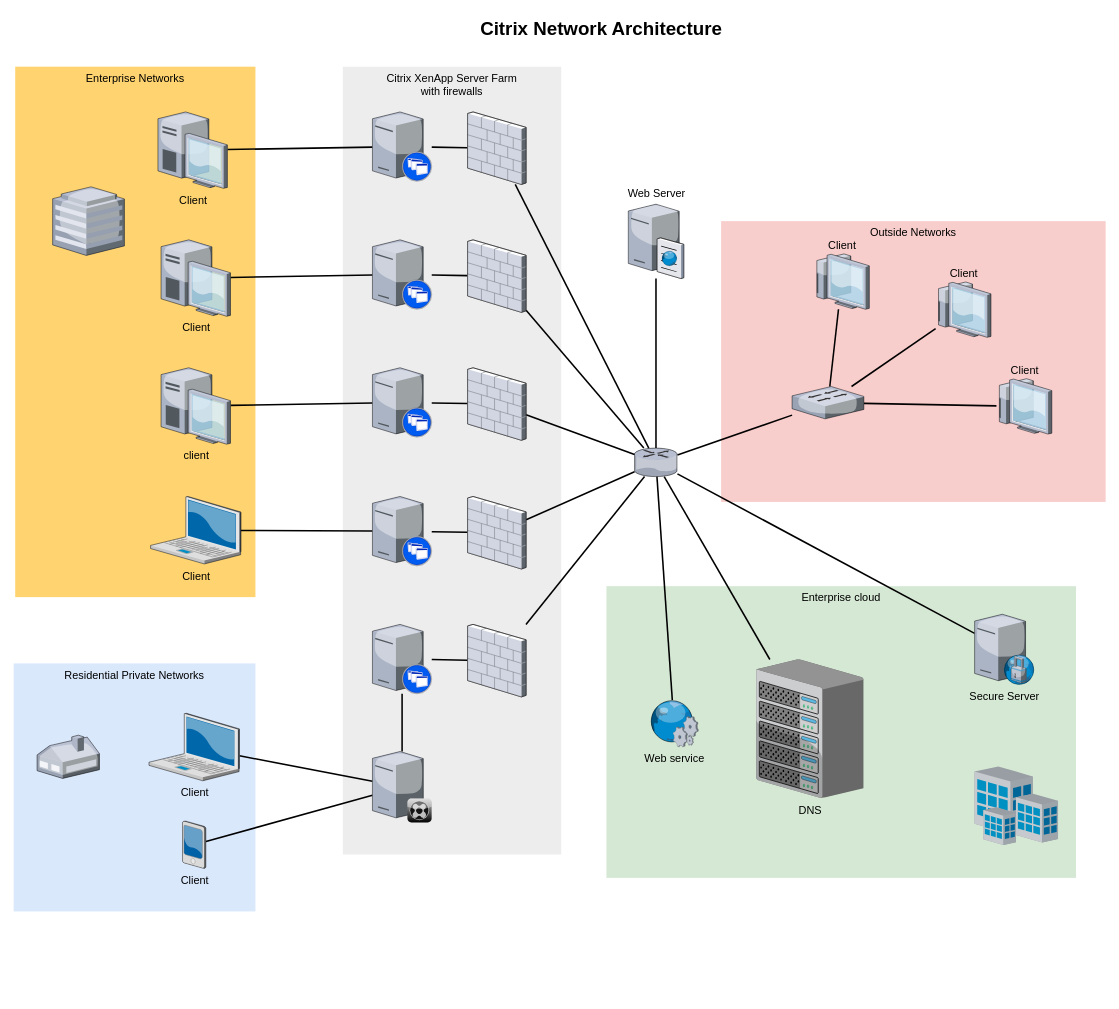
The draw.io diagram examples/Untitled Diagram.drawio in ggunmo/vue3-examples, before the edit. Source tidied: cells renumbered, new cells numbered last; positions are measured from the earlier drawing's top-left corner, leaving out a move shared by most shapes. Both pictures are drawn from the tidied source at 78%, with x=0, y=0 at pixel (13, 13).
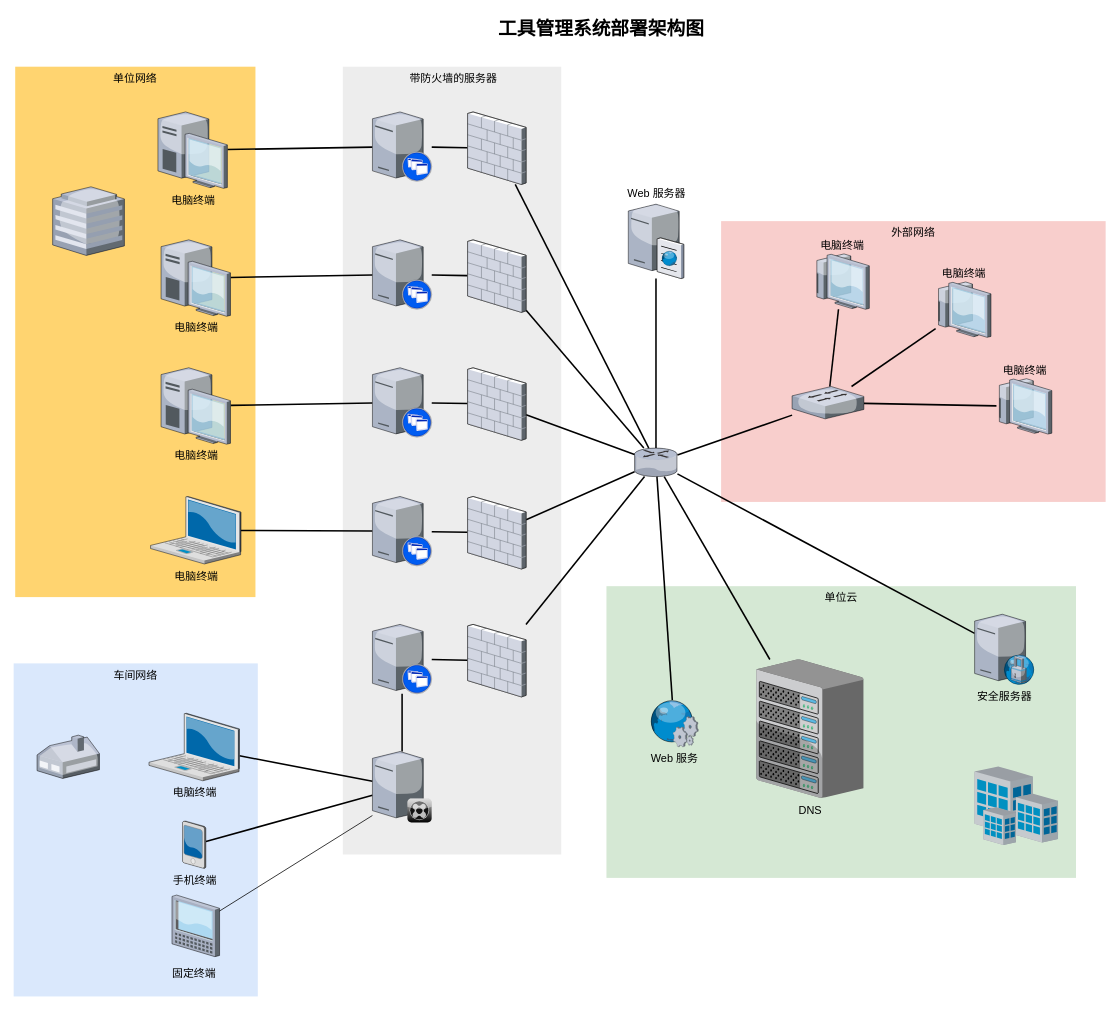
Above is the later version.

The edit, as a diff of the source:
```diff
@@
-    <mxCell id="2" value="Outside Networks" style="whiteSpace=wrap;html=1;fillColor=#f8cecc;fontSize=14;strokeColor=none;verticalAlign=top;" parent="1" vertex="1">
+    <mxCell id="2" value="外部网络" style="whiteSpace=wrap;html=1;fillColor=#f8cecc;fontSize=14;strokeColor=none;verticalAlign=top;" parent="1" vertex="1">
       <mxGeometry x="907" y="266" width="493" height="360" as="geometry" />
     </mxCell>
-    <mxCell id="3" value="Enterprise cloud" style="whiteSpace=wrap;html=1;fillColor=#d5e8d4;fontSize=14;strokeColor=none;verticalAlign=top;" parent="1" vertex="1">
+    <mxCell id="3" value="单位云" style="whiteSpace=wrap;html=1;fillColor=#d5e8d4;fontSize=14;strokeColor=none;verticalAlign=top;" parent="1" vertex="1">
       <mxGeometry x="760" y="734" width="602" height="374" as="geometry" />
     </mxCell>
-    <mxCell id="4" value="Citrix XenApp Server Farm&lt;div&gt;with firewalls&lt;/div&gt;" style="whiteSpace=wrap;html=1;fillColor=#EDEDED;fontSize=14;strokeColor=none;verticalAlign=top;" parent="1" vertex="1">
+    <mxCell id="4" value="&amp;nbsp;带防火墙的服务器" style="whiteSpace=wrap;html=1;fillColor=#EDEDED;fontSize=14;strokeColor=none;verticalAlign=top;" parent="1" vertex="1">
       <mxGeometry x="422" y="68" width="280" height="1010" as="geometry" />
     </mxCell>
-    <mxCell id="5" value="Residential Private Networks" style="whiteSpace=wrap;html=1;fillColor=#dae8fc;fontSize=14;strokeColor=none;verticalAlign=top;" parent="1" vertex="1">
-      <mxGeometry y="833" width="310" height="318" as="geometry" />
+    <mxCell id="5" value="车间网络" style="whiteSpace=wrap;html=1;fillColor=#dae8fc;fontSize=14;strokeColor=none;verticalAlign=top;" parent="1" vertex="1">
+      <mxGeometry y="833" width="313" height="427" as="geometry" />
     </mxCell>
-    <mxCell id="6" value="Enterprise Networks" style="whiteSpace=wrap;html=1;fillColor=#FFD470;gradientColor=none;fontSize=14;strokeColor=none;verticalAlign=top;" parent="1" vertex="1">
+    <mxCell id="6" value="单位网络" style="whiteSpace=wrap;html=1;fillColor=#FFD470;gradientColor=none;fontSize=14;strokeColor=none;verticalAlign=top;" parent="1" vertex="1">
       <mxGeometry x="2" y="68" width="308" height="680" as="geometry" />
     </mxCell>
@@
-    <mxCell id="8" value="Client" style="verticalLabelPosition=bottom;html=1;verticalAlign=top;strokeColor=none;shape=mxgraph.citrix.laptop_2;fillColor=#66B2FF;gradientColor=#0066CC;fontSize=14;" parent="1" vertex="1">
+    <mxCell id="8" value="电脑终端" style="verticalLabelPosition=bottom;html=1;verticalAlign=top;strokeColor=none;shape=mxgraph.citrix.laptop_2;fillColor=#66B2FF;gradientColor=#0066CC;fontSize=14;" parent="1" vertex="1">
       <mxGeometry x="173.5" y="897" width="116" height="86.5" as="geometry" />
     </mxCell>
@@
-    <mxCell id="10" value="Client" style="verticalLabelPosition=bottom;html=1;verticalAlign=top;strokeColor=none;shape=mxgraph.citrix.laptop_2;fillColor=#66B2FF;gradientColor=#0066CC;fontSize=14;" parent="1" vertex="1">
+    <mxCell id="10" value="电脑终端" style="verticalLabelPosition=bottom;html=1;verticalAlign=top;strokeColor=none;shape=mxgraph.citrix.laptop_2;fillColor=#66B2FF;gradientColor=#0066CC;fontSize=14;" parent="1" vertex="1">
       <mxGeometry x="175.5" y="619" width="116" height="86.5" as="geometry" />
     </mxCell>
@@
-    <mxCell id="12" value="client" style="verticalLabelPosition=bottom;html=1;verticalAlign=top;strokeColor=none;shape=mxgraph.citrix.desktop;fillColor=#66B2FF;gradientColor=#0066CC;fontSize=14;" parent="1" vertex="1">
+    <mxCell id="12" value="电脑终端" style="verticalLabelPosition=bottom;html=1;verticalAlign=top;strokeColor=none;shape=mxgraph.citrix.desktop;fillColor=#66B2FF;gradientColor=#0066CC;fontSize=14;" parent="1" vertex="1">
       <mxGeometry x="189" y="454" width="89" height="98" as="geometry" />
     </mxCell>
@@
-    <mxCell id="14" value="Client" style="verticalLabelPosition=bottom;html=1;verticalAlign=top;strokeColor=none;shape=mxgraph.citrix.desktop;fillColor=#66B2FF;gradientColor=#0066CC;fontSize=14;" parent="1" vertex="1">
+    <mxCell id="14" value="电脑终端" style="verticalLabelPosition=bottom;html=1;verticalAlign=top;strokeColor=none;shape=mxgraph.citrix.desktop;fillColor=#66B2FF;gradientColor=#0066CC;fontSize=14;" parent="1" vertex="1">
       <mxGeometry x="189" y="290" width="89" height="98" as="geometry" />
     </mxCell>
@@
-    <mxCell id="16" value="Client" style="verticalLabelPosition=bottom;html=1;verticalAlign=top;strokeColor=none;shape=mxgraph.citrix.desktop;fillColor=#66B2FF;gradientColor=#0066CC;fontSize=14;" parent="1" vertex="1">
+    <mxCell id="16" value="电脑终端" style="verticalLabelPosition=bottom;html=1;verticalAlign=top;strokeColor=none;shape=mxgraph.citrix.desktop;fillColor=#66B2FF;gradientColor=#0066CC;fontSize=14;" parent="1" vertex="1">
       <mxGeometry x="185" y="126" width="89" height="98" as="geometry" />
     </mxCell>
@@
-    <mxCell id="18" value="Client" style="verticalLabelPosition=bottom;html=1;verticalAlign=top;strokeColor=none;shape=mxgraph.citrix.pda;fillColor=#66B2FF;gradientColor=#0066CC;fontSize=14;" parent="1" vertex="1">
+    <mxCell id="18" value="手机终端" style="verticalLabelPosition=bottom;html=1;verticalAlign=top;strokeColor=none;shape=mxgraph.citrix.pda;fillColor=#66B2FF;gradientColor=#0066CC;fontSize=14;" parent="1" vertex="1">
       <mxGeometry x="216.5" y="1035" width="30" height="61" as="geometry" />
     </mxCell>
@@
-    <mxCell id="36" value="Web Server" style="verticalLabelPosition=top;html=1;verticalAlign=bottom;strokeColor=none;shape=mxgraph.citrix.cache_server;fillColor=#66B2FF;gradientColor=#0066CC;fontSize=14;labelPosition=center;align=center;" parent="1" vertex="1">
+    <mxCell id="36" value="Web 服务器" style="verticalLabelPosition=top;html=1;verticalAlign=bottom;strokeColor=none;shape=mxgraph.citrix.cache_server;fillColor=#66B2FF;gradientColor=#0066CC;fontSize=14;labelPosition=center;align=center;" parent="1" vertex="1">
       <mxGeometry x="788" y="242" width="71" height="97.5" as="geometry" />
     </mxCell>
@@
-    <mxCell id="50" value="Secure Server" style="verticalLabelPosition=bottom;html=1;verticalAlign=top;strokeColor=none;shape=mxgraph.citrix.proxy_server;fillColor=#66B2FF;gradientColor=#0066CC;fontSize=14;" parent="1" vertex="1">
+    <mxCell id="50" value="安全服务器" style="verticalLabelPosition=bottom;html=1;verticalAlign=top;strokeColor=none;shape=mxgraph.citrix.proxy_server;fillColor=#66B2FF;gradientColor=#0066CC;fontSize=14;" parent="1" vertex="1">
       <mxGeometry x="1232" y="770" width="76.5" height="90" as="geometry" />
     </mxCell>
@@
-    <mxCell id="55" value="Client" style="verticalLabelPosition=top;html=1;verticalAlign=bottom;strokeColor=none;shape=mxgraph.citrix.thin_client;fillColor=#66B2FF;gradientColor=#0066CC;fontSize=14;labelPosition=center;align=center;" parent="1" vertex="1">
+    <mxCell id="55" value="电脑终端" style="verticalLabelPosition=top;html=1;verticalAlign=bottom;strokeColor=none;shape=mxgraph.citrix.thin_client;fillColor=#66B2FF;gradientColor=#0066CC;fontSize=14;labelPosition=center;align=center;" parent="1" vertex="1">
       <mxGeometry x="1260" y="468" width="71" height="71" as="geometry" />
     </mxCell>
-    <mxCell id="56" value="Client" style="verticalLabelPosition=top;html=1;verticalAlign=bottom;strokeColor=none;shape=mxgraph.citrix.thin_client;fillColor=#66B2FF;gradientColor=#0066CC;fontSize=14;labelPosition=center;align=center;" parent="1" vertex="1">
+    <mxCell id="56" value="电脑终端" style="verticalLabelPosition=top;html=1;verticalAlign=bottom;strokeColor=none;shape=mxgraph.citrix.thin_client;fillColor=#66B2FF;gradientColor=#0066CC;fontSize=14;labelPosition=center;align=center;" parent="1" vertex="1">
       <mxGeometry x="1182" y="344" width="71" height="71" as="geometry" />
     </mxCell>
-    <mxCell id="57" value="Client" style="verticalLabelPosition=top;html=1;verticalAlign=bottom;strokeColor=none;shape=mxgraph.citrix.thin_client;fillColor=#66B2FF;gradientColor=#0066CC;fontSize=14;labelPosition=center;align=center;" parent="1" vertex="1">
+    <mxCell id="57" value="电脑终端" style="verticalLabelPosition=top;html=1;verticalAlign=bottom;strokeColor=none;shape=mxgraph.citrix.thin_client;fillColor=#66B2FF;gradientColor=#0066CC;fontSize=14;labelPosition=center;align=center;" parent="1" vertex="1">
       <mxGeometry x="1026" y="308" width="71" height="71" as="geometry" />
     </mxCell>
@@
-    <mxCell id="59" value="Web service" style="verticalLabelPosition=bottom;html=1;verticalAlign=top;strokeColor=none;shape=mxgraph.citrix.web_service;fillColor=#66B2FF;gradientColor=#0066CC;fontSize=14;" parent="1" vertex="1">
+    <mxCell id="59" value="Web 服务" style="verticalLabelPosition=bottom;html=1;verticalAlign=top;strokeColor=none;shape=mxgraph.citrix.web_service;fillColor=#66B2FF;gradientColor=#0066CC;fontSize=14;" parent="1" vertex="1">
       <mxGeometry x="815" y="880" width="63" height="60" as="geometry" />
     </mxCell>
@@
-    <mxCell id="61" value="Citrix Network Architecture" style="text;strokeColor=none;fillColor=none;html=1;fontSize=24;fontStyle=1;verticalAlign=middle;align=center;" parent="1" vertex="1">
+    <mxCell id="61" value="工具管理系统部署架构图" style="text;strokeColor=none;fillColor=none;html=1;fontSize=24;fontStyle=1;verticalAlign=middle;align=center;" parent="1" vertex="1">
       <mxGeometry x="322" width="861" height="40" as="geometry" />
     </mxCell>
+    <mxCell id="62" style="verticalLabelPosition=bottom;html=1;verticalAlign=top;strokeColor=none;align=center;outlineConnect=0;shape=mxgraph.citrix.tablet_1;" parent="1" vertex="1">
+      <mxGeometry x="203" y="1130" width="61" height="79" as="geometry" />
+    </mxCell>
+    <mxCell id="63" style="endArrow=none;html=1;" parent="1" edge="1" source="62">
+      <mxGeometry relative="1" as="geometry">
+        <mxPoint x="460" y="1028" as="targetPoint" />
+      </mxGeometry>
+    </mxCell>
+    <mxCell id="64" value="&lt;span style=&quot;font-size: 14px&quot;&gt;固定终端&lt;/span&gt;" style="text;html=1;strokeColor=none;fillColor=none;align=center;verticalAlign=middle;whiteSpace=wrap;rounded=0;" parent="1" vertex="1">
+      <mxGeometry x="201" y="1220" width="61" height="20" as="geometry" />
+    </mxCell>
```
